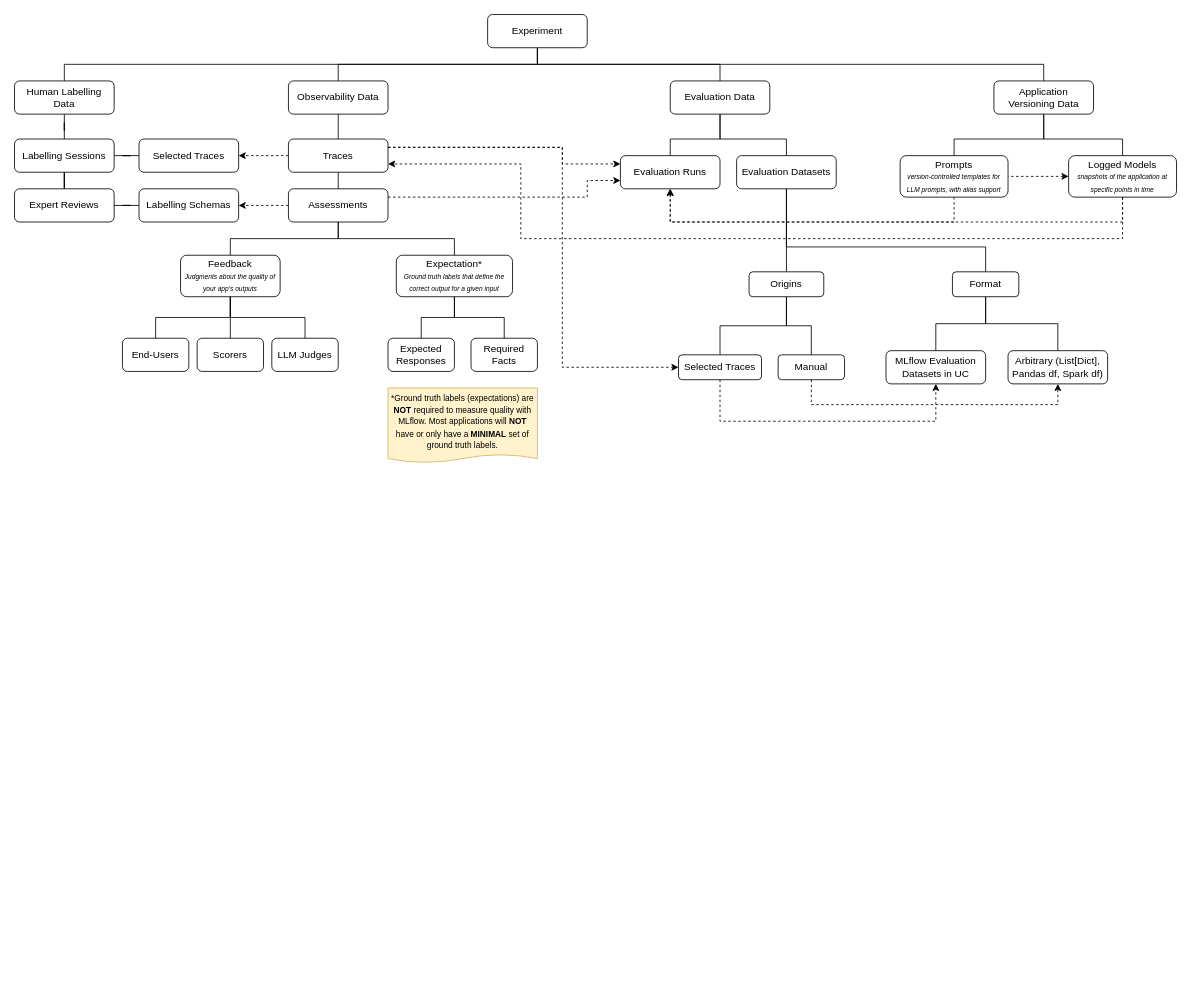
Before: page "mlflow-genai" (2 of 2) of genai-classification.drawio in joshuavaple/draw-io, a draw.io diagram. Source tidied: cells renumbered, new cells numbered last; positions are measured from the earlier drawing's top-left corner, leaving out a move shared by most shapes. Both pictures are drawn from the tidied source at 83%, with x=0, y=0 at pixel (14, 14).
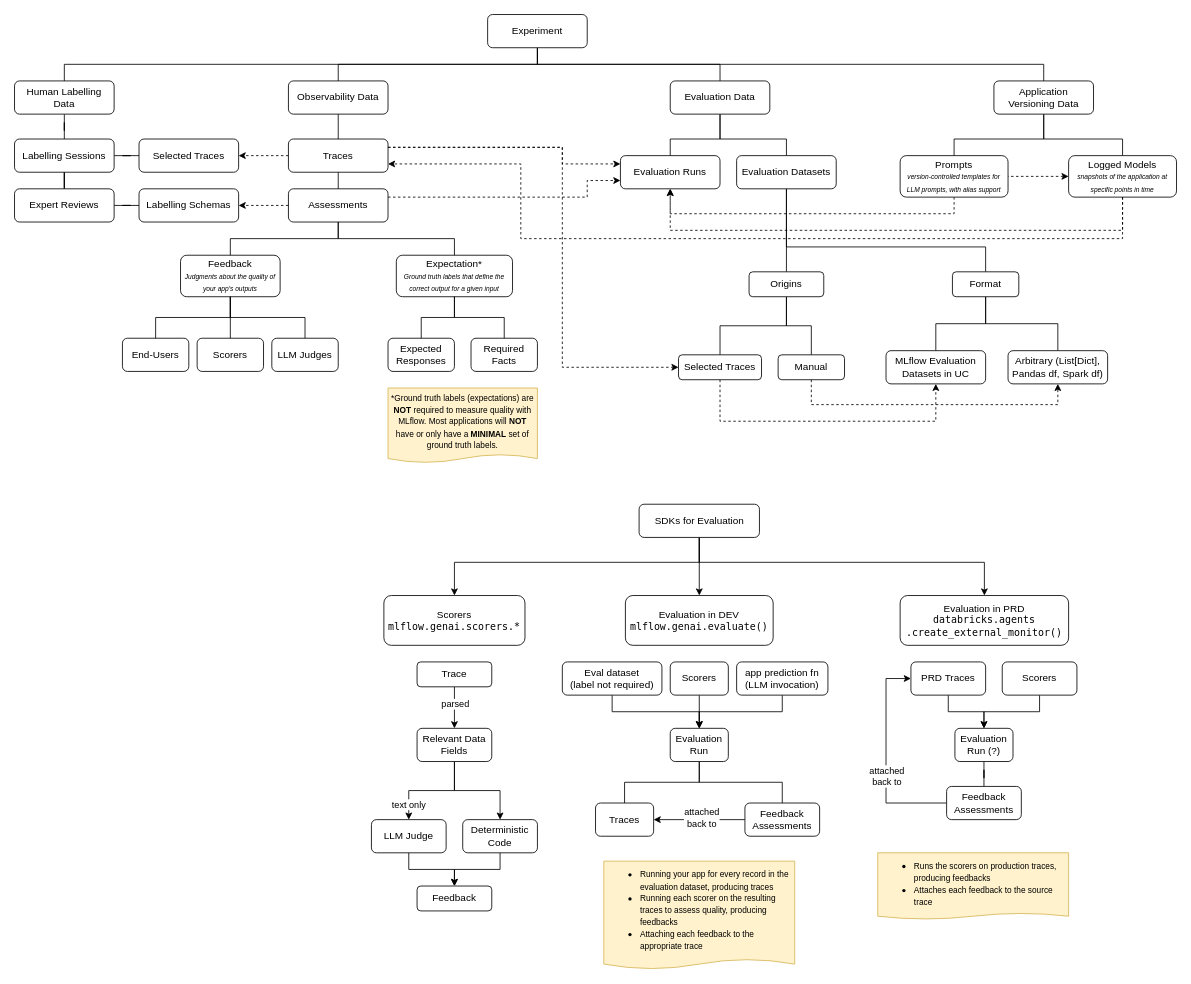
The same page after the edit.

Commit message:
added SDKs for evaluations

Unchanged cells that the change refers to:
```xml
<mxCell id="52" value="Evaluation Runs" style="rounded=1;whiteSpace=wrap;html=1;" parent="1" vertex="1">
  <mxGeometry x="730" y="170" width="120" height="40" as="geometry" />
</mxCell>
<mxCell id="64" value="Prompts&lt;div&gt;&lt;i&gt;&lt;font style=&quot;font-size: 8px;&quot;&gt;version-controlled templates for LLM prompts, with alias support&lt;/font&gt;&lt;/i&gt;&lt;/div&gt;" style="rounded=1;whiteSpace=wrap;html=1;" parent="1" vertex="1">
  <mxGeometry x="1067" y="170" width="130" height="50" as="geometry" />
</mxCell>
<mxCell id="66" value="Logged Models&lt;div&gt;&lt;font style=&quot;font-size: 8px;&quot;&gt;&lt;i&gt;snapshots of the application at specific points in time&lt;/i&gt;&lt;/font&gt;&lt;/div&gt;" style="rounded=1;whiteSpace=wrap;html=1;" parent="1" vertex="1">
  <mxGeometry x="1270" y="170" width="130" height="50" as="geometry" />
</mxCell>
```

The edit, as a diff of the source:
```diff
@@
     <mxCell id="63" style="edgeStyle=orthogonalEdgeStyle;shape=connector;rounded=0;jettySize=auto;html=1;entryX=0.5;entryY=1;entryDx=0;entryDy=0;strokeColor=default;align=center;verticalAlign=middle;fontFamily=Helvetica;fontSize=11;fontColor=default;labelBackgroundColor=default;endArrow=classic;endFill=1;dashed=1;" parent="1" edge="1" source="64" target="52">
       <mxGeometry relative="1" as="geometry">
         <Array as="points">
-          <mxPoint x="1132" y="250" />
-          <mxPoint x="790" y="250" />
+          <mxPoint x="1132" y="240" />
+          <mxPoint x="790" y="240" />
         </Array>
       </mxGeometry>
     </mxCell>
@@
     <mxCell id="68" style="edgeStyle=orthogonalEdgeStyle;shape=connector;rounded=0;jettySize=auto;html=1;entryX=0.5;entryY=1;entryDx=0;entryDy=0;strokeColor=default;align=center;verticalAlign=middle;fontFamily=Helvetica;fontSize=11;fontColor=default;labelBackgroundColor=default;endArrow=classic;endFill=1;dashed=1;exitX=0.5;exitY=1;exitDx=0;exitDy=0;" parent="1" edge="1" source="66" target="52">
       <mxGeometry relative="1" as="geometry">
         <Array as="points">
-          <mxPoint x="1335" y="250" />
-          <mxPoint x="790" y="250" />
+          <mxPoint x="1335" y="260" />
+          <mxPoint x="790" y="260" />
         </Array>
       </mxGeometry>
     </mxCell>
+    <mxCell id="69" style="edgeStyle=orthogonalEdgeStyle;rounded=0;jettySize=auto;html=1;entryX=0.5;entryY=0;entryDx=0;entryDy=0;" parent="1" edge="1" source="72" target="73">
+      <mxGeometry relative="1" as="geometry">
+        <Array as="points">
+          <mxPoint x="825" y="660" />
+          <mxPoint x="530" y="660" />
+        </Array>
+      </mxGeometry>
+    </mxCell>
+    <mxCell id="70" style="edgeStyle=orthogonalEdgeStyle;rounded=0;jettySize=auto;html=1;entryX=0.5;entryY=0;entryDx=0;entryDy=0;" parent="1" edge="1" source="72" target="86">
+      <mxGeometry relative="1" as="geometry" />
+    </mxCell>
+    <mxCell id="71" style="edgeStyle=orthogonalEdgeStyle;rounded=0;jettySize=auto;html=1;entryX=0.5;entryY=0;entryDx=0;entryDy=0;" parent="1" edge="1" source="72" target="101">
+      <mxGeometry relative="1" as="geometry">
+        <Array as="points">
+          <mxPoint x="825" y="660" />
+          <mxPoint x="1169" y="660" />
+        </Array>
+      </mxGeometry>
+    </mxCell>
+    <mxCell id="72" value="SDKs for Evaluation" style="rounded=1;whiteSpace=wrap;html=1;" parent="1" vertex="1">
+      <mxGeometry x="752.5" y="590" width="145" height="40" as="geometry" />
+    </mxCell>
+    <mxCell id="73" value="Scorers&lt;div&gt;&lt;font face=&quot;Lucida Console&quot;&gt;mlflow.genai.scorers.*&lt;/font&gt;&lt;/div&gt;" style="rounded=1;whiteSpace=wrap;html=1;" parent="1" vertex="1">
+      <mxGeometry x="445" y="700" width="170" height="60" as="geometry" />
+    </mxCell>
+    <mxCell id="74" style="edgeStyle=orthogonalEdgeStyle;rounded=0;jettySize=auto;html=1;entryX=0.5;entryY=0;entryDx=0;entryDy=0;" parent="1" edge="1" source="76" target="80">
+      <mxGeometry relative="1" as="geometry" />
+    </mxCell>
+    <mxCell id="75" value="parsed" style="edgeLabel;html=1;align=center;verticalAlign=middle;" parent="74" vertex="1">
+      <mxGeometry x="-0.59" y="1" relative="1" as="geometry">
+        <mxPoint x="-1" y="10" as="offset" />
+      </mxGeometry>
+    </mxCell>
+    <mxCell id="76" value="Trace" style="rounded=1;whiteSpace=wrap;html=1;" parent="1" vertex="1">
+      <mxGeometry x="485" y="780" width="90" height="30" as="geometry" />
+    </mxCell>
+    <mxCell id="77" style="edgeStyle=orthogonalEdgeStyle;rounded=0;jettySize=auto;html=1;entryX=0.5;entryY=0;entryDx=0;entryDy=0;" parent="1" edge="1" source="80" target="82">
+      <mxGeometry relative="1" as="geometry" />
+    </mxCell>
+    <mxCell id="78" value="text only" style="edgeLabel;html=1;align=center;verticalAlign=middle;" parent="77" vertex="1">
+      <mxGeometry x="0.7" y="-1" relative="1" as="geometry" />
+    </mxCell>
+    <mxCell id="79" style="edgeStyle=orthogonalEdgeStyle;rounded=0;jettySize=auto;html=1;entryX=0.5;entryY=0;entryDx=0;entryDy=0;" parent="1" edge="1" source="80" target="84">
+      <mxGeometry relative="1" as="geometry" />
+    </mxCell>
+    <mxCell id="80" value="Relevant Data Fields" style="rounded=1;whiteSpace=wrap;html=1;" parent="1" vertex="1">
+      <mxGeometry x="485" y="860" width="90" height="40" as="geometry" />
+    </mxCell>
+    <mxCell id="81" style="edgeStyle=orthogonalEdgeStyle;rounded=0;jettySize=auto;html=1;" parent="1" edge="1" source="82" target="85">
+      <mxGeometry relative="1" as="geometry" />
+    </mxCell>
+    <mxCell id="82" value="LLM Judge" style="rounded=1;whiteSpace=wrap;html=1;" parent="1" vertex="1">
+      <mxGeometry x="430" y="970" width="90" height="40" as="geometry" />
+    </mxCell>
+    <mxCell id="83" style="edgeStyle=orthogonalEdgeStyle;rounded=0;jettySize=auto;html=1;entryX=0.5;entryY=0;entryDx=0;entryDy=0;" parent="1" edge="1" source="84" target="85">
+      <mxGeometry relative="1" as="geometry" />
+    </mxCell>
+    <mxCell id="84" value="Deterministic Code" style="rounded=1;whiteSpace=wrap;html=1;" parent="1" vertex="1">
+      <mxGeometry x="540" y="970" width="90" height="40" as="geometry" />
+    </mxCell>
+    <mxCell id="85" value="Feedback" style="rounded=1;whiteSpace=wrap;html=1;" parent="1" vertex="1">
+      <mxGeometry x="485" y="1050" width="90" height="30" as="geometry" />
+    </mxCell>
+    <mxCell id="86" value="Evaluation in DEV&lt;div&gt;&lt;font face=&quot;Lucida Console&quot;&gt;mlflow.genai.evaluate()&lt;/font&gt;&lt;/div&gt;" style="rounded=1;whiteSpace=wrap;html=1;" parent="1" vertex="1">
+      <mxGeometry x="736" y="700" width="178" height="60" as="geometry" />
+    </mxCell>
+    <mxCell id="87" style="edgeStyle=orthogonalEdgeStyle;rounded=0;jettySize=auto;html=1;entryX=0.5;entryY=0;entryDx=0;entryDy=0;" parent="1" edge="1" source="88" target="95">
+      <mxGeometry relative="1" as="geometry">
+        <Array as="points">
+          <mxPoint x="720" y="840" />
+          <mxPoint x="825" y="840" />
+        </Array>
+      </mxGeometry>
+    </mxCell>
+    <mxCell id="88" value="Eval dataset&lt;div&gt;(label not required)&lt;/div&gt;" style="rounded=1;whiteSpace=wrap;html=1;" parent="1" vertex="1">
+      <mxGeometry x="660" y="780" width="120" height="40" as="geometry" />
+    </mxCell>
+    <mxCell id="89" style="edgeStyle=orthogonalEdgeStyle;rounded=0;jettySize=auto;html=1;entryX=0.5;entryY=0;entryDx=0;entryDy=0;" parent="1" edge="1" source="90" target="95">
+      <mxGeometry relative="1" as="geometry" />
+    </mxCell>
+    <mxCell id="90" value="Scorers" style="rounded=1;whiteSpace=wrap;html=1;" parent="1" vertex="1">
+      <mxGeometry x="790" y="780" width="70" height="40" as="geometry" />
+    </mxCell>
+    <mxCell id="91" style="edgeStyle=orthogonalEdgeStyle;rounded=0;jettySize=auto;html=1;entryX=0.5;entryY=0;entryDx=0;entryDy=0;" parent="1" edge="1" source="92" target="95">
+      <mxGeometry relative="1" as="geometry">
+        <Array as="points">
+          <mxPoint x="925" y="840" />
+          <mxPoint x="825" y="840" />
+        </Array>
+      </mxGeometry>
+    </mxCell>
+    <mxCell id="92" value="app prediction fn (LLM invocation)" style="rounded=1;whiteSpace=wrap;html=1;" parent="1" vertex="1">
+      <mxGeometry x="870" y="780" width="110" height="40" as="geometry" />
+    </mxCell>
+    <mxCell id="93" style="edgeStyle=orthogonalEdgeStyle;rounded=0;jettySize=auto;html=1;entryX=0.5;entryY=0;entryDx=0;entryDy=0;endArrow=none;endFill=0;exitX=0.5;exitY=1;exitDx=0;exitDy=0;" parent="1" edge="1" source="95" target="96">
+      <mxGeometry relative="1" as="geometry" />
+    </mxCell>
+    <mxCell id="94" style="edgeStyle=orthogonalEdgeStyle;rounded=0;jettySize=auto;html=1;entryX=0.5;entryY=0;entryDx=0;entryDy=0;endArrow=none;endFill=0;exitX=0.5;exitY=1;exitDx=0;exitDy=0;" parent="1" edge="1" source="95" target="99">
+      <mxGeometry relative="1" as="geometry" />
+    </mxCell>
+    <mxCell id="95" value="Evaluation Run" style="rounded=1;whiteSpace=wrap;html=1;" parent="1" vertex="1">
+      <mxGeometry x="790" y="860" width="70" height="40" as="geometry" />
+    </mxCell>
+    <mxCell id="96" value="Traces" style="rounded=1;whiteSpace=wrap;html=1;" parent="1" vertex="1">
+      <mxGeometry x="700" y="950" width="70" height="40" as="geometry" />
+    </mxCell>
+    <mxCell id="97" style="edgeStyle=orthogonalEdgeStyle;rounded=0;jettySize=auto;html=1;entryX=1;entryY=0.5;entryDx=0;entryDy=0;" parent="1" edge="1" source="99" target="96">
+      <mxGeometry relative="1" as="geometry" />
+    </mxCell>
+    <mxCell id="98" value="attached&lt;div&gt;back to&lt;/div&gt;" style="edgeLabel;html=1;align=center;verticalAlign=middle;" parent="97" vertex="1">
+      <mxGeometry x="-0.03" y="-3" relative="1" as="geometry" />
+    </mxCell>
+    <mxCell id="99" value="Feedback Assessments" style="rounded=1;whiteSpace=wrap;html=1;" parent="1" vertex="1">
+      <mxGeometry x="880" y="950" width="90" height="40" as="geometry" />
+    </mxCell>
+    <mxCell id="100" value="&lt;ul&gt;&lt;li&gt;&lt;span style=&quot;font-size: 10px; background-color: transparent; color: light-dark(rgb(0, 0, 0), rgb(255, 255, 255));&quot;&gt;Running your app for every record in the evaluation dataset, producing traces&lt;/span&gt;&lt;/li&gt;&lt;li&gt;&lt;span style=&quot;font-size: 10px; background-color: transparent; color: light-dark(rgb(0, 0, 0), rgb(255, 255, 255));&quot;&gt;Running each scorer on the resulting traces to assess quality, producing feedbacks&lt;/span&gt;&lt;/li&gt;&lt;li&gt;&lt;span style=&quot;font-size: 10px; background-color: transparent; color: light-dark(rgb(0, 0, 0), rgb(255, 255, 255));&quot;&gt;Attaching each feedback to the appropriate trace&lt;/span&gt;&lt;/li&gt;&lt;/ul&gt;" style="shape=document;whiteSpace=wrap;html=1;boundedLbl=1;fillColor=#fff2cc;strokeColor=#d6b656;size=0.09090909090909091;spacing=4;align=left;" parent="1" vertex="1">
+      <mxGeometry x="710" y="1020" width="230" height="130" as="geometry" />
+    </mxCell>
+    <mxCell id="101" value="Evaluation in PRD&lt;div&gt;&lt;font face=&quot;Lucida Console&quot;&gt;databricks.agents&lt;/font&gt;&lt;/div&gt;&lt;div&gt;&lt;font face=&quot;Lucida Console&quot;&gt;.create_external_monitor()&lt;/font&gt;&lt;/div&gt;" style="rounded=1;whiteSpace=wrap;html=1;" parent="1" vertex="1">
+      <mxGeometry x="1067" y="700" width="203" height="60" as="geometry" />
+    </mxCell>
+    <mxCell id="102" style="edgeStyle=orthogonalEdgeStyle;rounded=0;jettySize=auto;html=1;entryX=0.5;entryY=0;entryDx=0;entryDy=0;" parent="1" edge="1" source="103" target="108">
+      <mxGeometry relative="1" as="geometry" />
+    </mxCell>
+    <mxCell id="103" value="PRD Traces" style="rounded=1;whiteSpace=wrap;html=1;" parent="1" vertex="1">
+      <mxGeometry x="1080" y="780" width="90" height="40" as="geometry" />
+    </mxCell>
+    <mxCell id="104" style="edgeStyle=orthogonalEdgeStyle;rounded=0;jettySize=auto;html=1;entryX=0.5;entryY=0;entryDx=0;entryDy=0;" parent="1" edge="1" source="105" target="108">
+      <mxGeometry relative="1" as="geometry" />
+    </mxCell>
+    <mxCell id="105" value="Scorers" style="rounded=1;whiteSpace=wrap;html=1;" parent="1" vertex="1">
+      <mxGeometry x="1190" y="780" width="90" height="40" as="geometry" />
+    </mxCell>
+    <mxCell id="106" value="&lt;ul&gt;&lt;li&gt;&lt;span style=&quot;font-size: 10px;&quot;&gt;Runs the scorers on production traces, producing feedbacks&lt;/span&gt;&lt;/li&gt;&lt;li&gt;&lt;span style=&quot;font-size: 10px;&quot;&gt;Attaches each feedback to the source trace&lt;/span&gt;&lt;/li&gt;&lt;/ul&gt;" style="shape=document;whiteSpace=wrap;html=1;boundedLbl=1;fillColor=#fff2cc;strokeColor=#d6b656;size=0.09090909090909091;spacing=4;align=left;" parent="1" vertex="1">
+      <mxGeometry x="1040" y="1010" width="230" height="80" as="geometry" />
+    </mxCell>
+    <mxCell id="107" style="edgeStyle=orthogonalEdgeStyle;rounded=0;jettySize=auto;html=1;entryX=0.5;entryY=0;entryDx=0;entryDy=0;endArrow=none;endFill=0;" parent="1" edge="1" source="108" target="111">
+      <mxGeometry relative="1" as="geometry" />
+    </mxCell>
+    <mxCell id="108" value="Evaluation Run (?)" style="rounded=1;whiteSpace=wrap;html=1;" parent="1" vertex="1">
+      <mxGeometry x="1133" y="860" width="70" height="40" as="geometry" />
+    </mxCell>
+    <mxCell id="109" style="edgeStyle=orthogonalEdgeStyle;rounded=0;jettySize=auto;html=1;entryX=0;entryY=0.5;entryDx=0;entryDy=0;" parent="1" edge="1" source="111" target="103">
+      <mxGeometry relative="1" as="geometry">
+        <Array as="points">
+          <mxPoint x="1050" y="950" />
+          <mxPoint x="1050" y="800" />
+        </Array>
+      </mxGeometry>
+    </mxCell>
+    <mxCell id="110" value="attached&lt;div&gt;back to&lt;/div&gt;" style="edgeLabel;html=1;align=center;verticalAlign=middle;" parent="109" vertex="1">
+      <mxGeometry x="-0.16" relative="1" as="geometry" />
+    </mxCell>
+    <mxCell id="111" value="Feedback Assessments" style="rounded=1;whiteSpace=wrap;html=1;" parent="1" vertex="1">
+      <mxGeometry x="1123" y="930" width="90" height="40" as="geometry" />
+    </mxCell>
```
